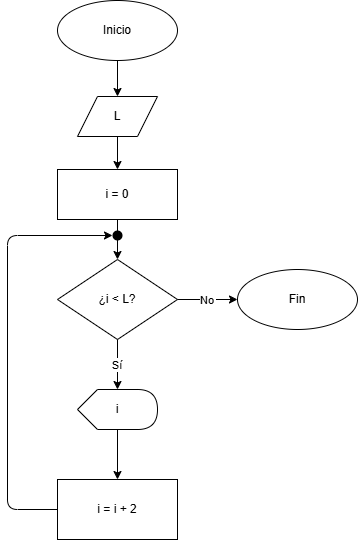
Above: chapter4/dfd/dfd4.5.7_8.png in UPclopezpAalgorithmsBook/solutions (draw.io), before the change. Source tidied: cells renumbered, new cells last; positions are measured from the earlier drawing's top-left corner, leaving out a move shared by most shapes.
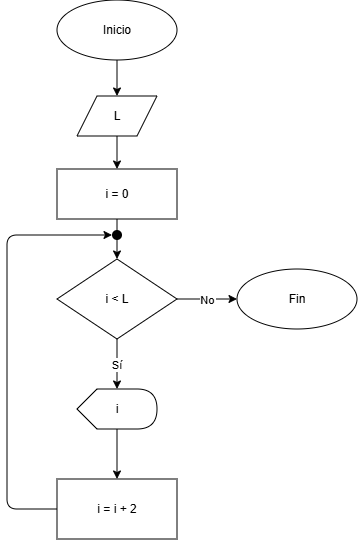
The same diagram one commit later.

The edit, as a diff of the source:
```diff
@@ -2,24 +2,42 @@
   <root>
     <mxCell id="0" />
     <mxCell id="1" parent="0" />
-    <mxCell id="2" parent="1" edge="1">
-      <mxGeometry relative="1" as="geometry">
-        <mxPoint x="60" y="389" as="targetPoint" />
-        <Array as="points">
-          <mxPoint y="499" />
-          <mxPoint y="389" />
-        </Array>
-      </mxGeometry>
-    </mxCell>
-    <mxCell id="3" style="endArrow=classic;html=1;exitX=0;exitY=0.5;exitDx=0;exitDy=0;entryX=0;entryY=0.5;entryDx=0;entryDy=0;" parent="1" edge="1">
-      <mxGeometry relative="1" as="geometry">
-        <mxPoint x="60" y="209" as="targetPoint" />
-        <Array as="points">
-          <mxPoint y="449" />
-          <mxPoint y="209" />
-        </Array>
-      </mxGeometry>
-    </mxCell>
+    <mxCell id="19" parent="1" edge="1">
+      <mxGeometry relative="1" as="geometry">
+        <mxPoint x="60" y="389" as="targetPoint" />
+        <Array as="points">
+          <mxPoint y="499" />
+          <mxPoint y="389" />
+        </Array>
+      </mxGeometry>
+    </mxCell>
+    <mxCell id="20" style="endArrow=classic;html=1;exitX=0;exitY=0.5;exitDx=0;exitDy=0;entryX=0;entryY=0.5;entryDx=0;entryDy=0;" parent="1" edge="1">
+      <mxGeometry relative="1" as="geometry">
+        <mxPoint x="60" y="209" as="targetPoint" />
+        <Array as="points">
+          <mxPoint y="449" />
+          <mxPoint y="209" />
+        </Array>
+      </mxGeometry>
+    </mxCell>
+    <mxCell id="21" parent="1" edge="1">
+      <mxGeometry relative="1" as="geometry">
+        <mxPoint x="60" y="389" as="targetPoint" />
+        <Array as="points">
+          <mxPoint y="499" />
+          <mxPoint y="389" />
+        </Array>
+      </mxGeometry>
+    </mxCell>
+    <mxCell id="22" style="endArrow=classic;html=1;exitX=0;exitY=0.5;exitDx=0;exitDy=0;entryX=0;entryY=0.5;entryDx=0;entryDy=0;" parent="1" edge="1">
+      <mxGeometry relative="1" as="geometry">
+        <mxPoint x="60" y="209" as="targetPoint" />
+        <Array as="points">
+          <mxPoint y="449" />
+          <mxPoint y="209" />
+        </Array>
+      </mxGeometry>
+    </mxCell>
     <mxCell id="4" value="Inicio" style="ellipse;whiteSpace=wrap;html=1;" parent="1" vertex="1">
       <mxGeometry x="60" width="120" height="60" as="geometry" />
     </mxCell>
@@ -29,9 +47,9 @@
     <mxCell id="6" value="i = 0" style="rounded=0;whiteSpace=wrap;html=1;" parent="1" vertex="1">
       <mxGeometry x="60" y="169" width="120" height="50" as="geometry" />
     </mxCell>
-    <mxCell id="7" value="¿i &lt; L?" style="rhombus;whiteSpace=wrap;html=1;" parent="1" vertex="1">
-      <mxGeometry x="60" y="259" width="120" height="80" as="geometry" />
-    </mxCell>
+    <mxCell id="23" value="i &amp;lt; L" style="rhombus;whiteSpace=wrap;html=1;" parent="1" vertex="1">
+      <mxGeometry x="60" y="259" width="120" height="80" as="geometry" />
+    </mxCell>
     <mxCell id="8" value="i" style="shape=display;whiteSpace=wrap;html=1;" parent="1" vertex="1">
       <mxGeometry x="80" y="389" width="80" height="40" as="geometry" />
     </mxCell>
@@ -47,13 +65,13 @@
     <mxCell id="12" parent="1" edge="1" source="5" target="6">
       <mxGeometry relative="1" as="geometry" />
     </mxCell>
-    <mxCell id="13" parent="1" edge="1" source="6" target="7">
-      <mxGeometry relative="1" as="geometry" />
-    </mxCell>
+    <mxCell id="24" parent="1" edge="1" source="6" target="23">
+      <mxGeometry relative="1" as="geometry" />
+    </mxCell>
-    <mxCell id="14" value="Sí" parent="1" edge="1" source="7" target="8">
+    <mxCell id="14" value="Sí" parent="1" edge="1" source="23" target="8">
       <mxGeometry relative="1" as="geometry" />
     </mxCell>
-    <mxCell id="15" value="No" parent="1" edge="1" source="7" target="10">
+    <mxCell id="15" value="No" parent="1" edge="1" source="23" target="10">
       <mxGeometry relative="1" as="geometry" />
     </mxCell>
     <mxCell id="16" parent="1" edge="1" source="8" target="9">
```
